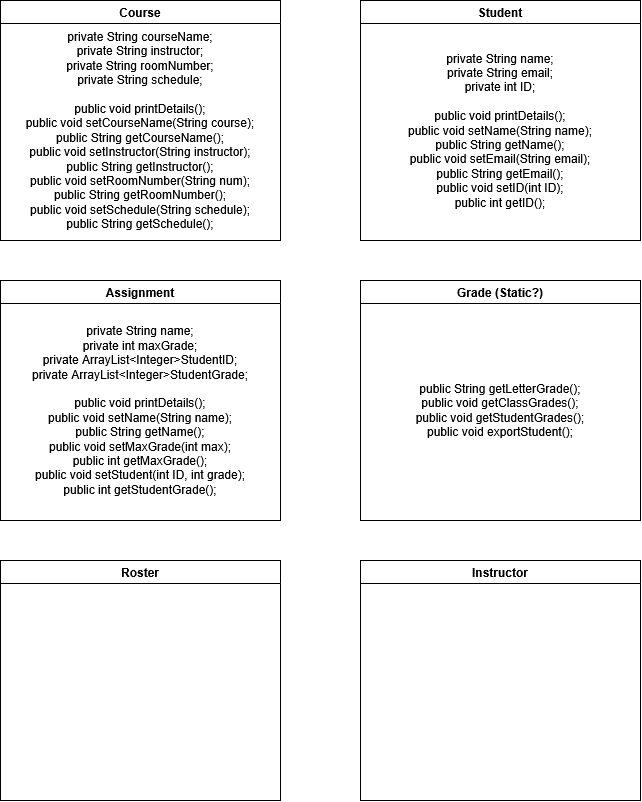
brianrey/PasoEats keeps this draw.io diagram as CourseManagementSystem-ConHW.drawio.png. Above is the earlier version. Source tidied: cells renumbered, new cells last; positions are measured from the earlier drawing's top-left corner, leaving out a move shared by most shapes.
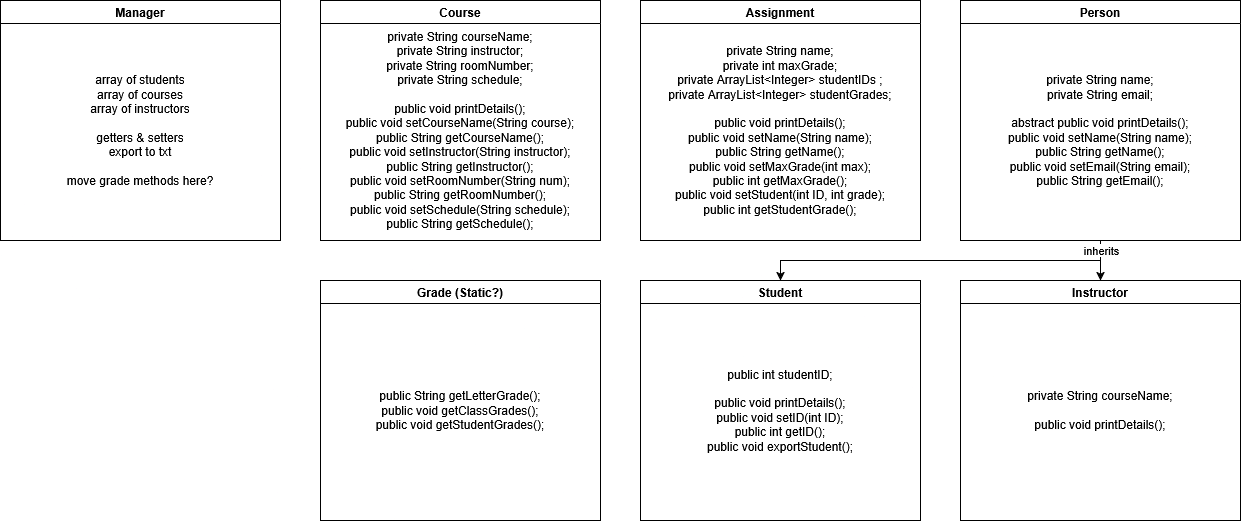
After the commit.

What changed in the source:
```diff
@@ -3,34 +3,55 @@
     <mxCell id="0" />
     <mxCell id="1" parent="0" />
     <mxCell id="2" value="&lt;div&gt;Course&lt;/div&gt;" style="swimlane;whiteSpace=wrap;html=1;" parent="1" vertex="1">
-      <mxGeometry width="280" height="240" as="geometry" />
+      <mxGeometry x="160" y="40" width="280" height="240" as="geometry" />
     </mxCell>
     <mxCell id="3" value="&lt;div&gt;private String courseName;&lt;/div&gt;&lt;div&gt;private String instructor;&lt;/div&gt;&lt;div&gt;private String roomNumber;&lt;/div&gt;&lt;div&gt;private String schedule;&lt;/div&gt;&lt;div&gt;&lt;br&gt;&lt;/div&gt;&lt;div&gt;public void printDetails();&lt;/div&gt;&lt;div&gt;public void setCourseName(String course);&lt;/div&gt;&lt;div&gt;public String getCourseName();&lt;/div&gt;&lt;div&gt;public void setInstructor(String instructor);&lt;/div&gt;&lt;div&gt;public String getInstructor();&lt;/div&gt;&lt;div&gt;public void setRoomNumber(String num);&lt;/div&gt;&lt;div&gt;public String getRoomNumber();&lt;/div&gt;&lt;div&gt;public void setSchedule(String schedule);&lt;/div&gt;&lt;div&gt;public String getSchedule();&lt;/div&gt;" style="text;html=1;align=center;verticalAlign=middle;whiteSpace=wrap;rounded=0;" parent="2" vertex="1">
       <mxGeometry y="20" width="280" height="220" as="geometry" />
     </mxCell>
     <mxCell id="4" value="Student" style="swimlane;whiteSpace=wrap;html=1;" parent="1" vertex="1">
-      <mxGeometry x="360" width="280" height="240" as="geometry" />
+      <mxGeometry x="480" y="320" width="280" height="240" as="geometry" />
     </mxCell>
-    <mxCell id="5" value="&lt;div&gt;private String name;&lt;/div&gt;&lt;div&gt;private String email;&lt;/div&gt;&lt;div&gt;private int ID;&lt;/div&gt;&lt;div&gt;&lt;br&gt;&lt;/div&gt;&lt;div&gt;&lt;div&gt;public void printDetails();&lt;/div&gt;&lt;/div&gt;&lt;div&gt;public void setName(String name);&lt;/div&gt;&lt;div&gt;public String getName();&lt;/div&gt;&lt;div&gt;public void setEmail(String email);&lt;/div&gt;&lt;div&gt;public String getEmail();&lt;/div&gt;&lt;div&gt;public void setID(int ID);&lt;/div&gt;&lt;div&gt;public int getID();&lt;/div&gt;" style="text;html=1;align=center;verticalAlign=middle;whiteSpace=wrap;rounded=0;" parent="4" vertex="1">
+    <mxCell id="5" value="&lt;div&gt;&lt;div&gt;public int studentID;&lt;/div&gt;&lt;div&gt;&lt;br&gt;&lt;/div&gt;&lt;div&gt;public void printDetails();&lt;/div&gt;&lt;/div&gt;&lt;div&gt;public void setID(int ID);&lt;/div&gt;&lt;div&gt;public int getID();&lt;/div&gt;&lt;div&gt;&lt;div&gt;public void exportStudent();&lt;/div&gt;&lt;/div&gt;" style="text;html=1;align=center;verticalAlign=middle;whiteSpace=wrap;rounded=0;" parent="4" vertex="1">
       <mxGeometry y="20" width="280" height="220" as="geometry" />
     </mxCell>
     <mxCell id="6" value="Assignment" style="swimlane;whiteSpace=wrap;html=1;" parent="1" vertex="1">
-      <mxGeometry y="280" width="280" height="240" as="geometry" />
+      <mxGeometry x="480" y="40" width="280" height="240" as="geometry" />
     </mxCell>
-    <mxCell id="7" value="&lt;div&gt;private String name;&lt;/div&gt;&lt;div&gt;private int maxGrade;&lt;/div&gt;&lt;div&gt;private ArrayList&amp;lt;Integer&amp;gt;StudentID;&lt;/div&gt;&lt;div&gt;private ArrayList&amp;lt;Integer&amp;gt;StudentGrade;&lt;/div&gt;&lt;div&gt;&lt;br&gt;&lt;/div&gt;&lt;div&gt;&lt;div&gt;public void printDetails();&lt;/div&gt;&lt;div&gt;public void setName(String name);&lt;/div&gt;&lt;div&gt;public String getName();&lt;/div&gt;&lt;div&gt;public void setMaxGrade(int max);&lt;/div&gt;&lt;div&gt;public int getMaxGrade();&lt;/div&gt;&lt;div&gt;public void setStudent(int ID, int grade);&lt;/div&gt;&lt;div&gt;public int getStudentGrade();&lt;/div&gt;&lt;/div&gt;" style="text;html=1;align=center;verticalAlign=middle;whiteSpace=wrap;rounded=0;" parent="6" vertex="1">
+    <mxCell id="7" value="&lt;div&gt;private String name;&lt;/div&gt;&lt;div&gt;private int maxGrade;&lt;/div&gt;&lt;div&gt;private ArrayList&amp;lt;Integer&amp;gt; studentIDs ;&lt;/div&gt;&lt;div&gt;private ArrayList&amp;lt;Integer&amp;gt; studentGrades;&lt;/div&gt;&lt;div&gt;&lt;br&gt;&lt;/div&gt;&lt;div&gt;&lt;div&gt;public void printDetails();&lt;/div&gt;&lt;div&gt;public void setName(String name);&lt;/div&gt;&lt;div&gt;public String getName();&lt;/div&gt;&lt;div&gt;public void setMaxGrade(int max);&lt;/div&gt;&lt;div&gt;public int getMaxGrade();&lt;/div&gt;&lt;div&gt;public void setStudent(int ID, int grade);&lt;/div&gt;&lt;div&gt;public int getStudentGrade();&lt;/div&gt;&lt;/div&gt;" style="text;html=1;align=center;verticalAlign=middle;whiteSpace=wrap;rounded=0;" parent="6" vertex="1">
       <mxGeometry y="20" width="280" height="220" as="geometry" />
     </mxCell>
     <mxCell id="8" value="Grade (Static?)" style="swimlane;whiteSpace=wrap;html=1;" parent="1" vertex="1">
-      <mxGeometry x="360" y="280" width="280" height="240" as="geometry" />
+      <mxGeometry x="160" y="320" width="280" height="240" as="geometry" />
     </mxCell>
-    <mxCell id="9" value="&lt;div&gt;&lt;div&gt;public String getLetterGrade();&lt;/div&gt;&lt;div&gt;public void getClassGrades();&lt;/div&gt;&lt;div&gt;&lt;div&gt;public void getStudentGrades();&lt;/div&gt;&lt;div&gt;public void exportStudent();&lt;/div&gt;&lt;/div&gt;&lt;/div&gt;" style="text;html=1;align=center;verticalAlign=middle;whiteSpace=wrap;rounded=0;" parent="8" vertex="1">
+    <mxCell id="9" value="&lt;div&gt;&lt;div&gt;public String getLetterGrade();&lt;/div&gt;&lt;div&gt;public void getClassGrades();&lt;/div&gt;&lt;div&gt;&lt;div&gt;public void getStudentGrades();&lt;/div&gt;&lt;/div&gt;&lt;/div&gt;" style="text;html=1;align=center;verticalAlign=middle;whiteSpace=wrap;rounded=0;" parent="8" vertex="1">
       <mxGeometry y="20" width="280" height="220" as="geometry" />
     </mxCell>
-    <mxCell id="10" value="Roster" style="swimlane;whiteSpace=wrap;html=1;" parent="1" vertex="1">
-      <mxGeometry y="560" width="280" height="240" as="geometry" />
-    </mxCell>
     <mxCell id="11" value="Instructor" style="swimlane;whiteSpace=wrap;html=1;" parent="1" vertex="1">
-      <mxGeometry x="360" y="560" width="280" height="240" as="geometry" />
+      <mxGeometry x="800" y="320" width="280" height="240" as="geometry" />
     </mxCell>
+    <mxCell id="12" value="&lt;div&gt;&lt;div&gt;private String courseName;&lt;/div&gt;&lt;div&gt;&lt;br&gt;&lt;/div&gt;&lt;div&gt;public void printDetails();&lt;/div&gt;&lt;/div&gt;" style="text;html=1;align=center;verticalAlign=middle;whiteSpace=wrap;rounded=0;" parent="11" vertex="1">
+      <mxGeometry y="20" width="280" height="220" as="geometry" />
+    </mxCell>
+    <mxCell id="13" style="edgeStyle=orthogonalEdgeStyle;rounded=0;jettySize=auto;html=1;exitX=0.5;exitY=1;exitDx=0;exitDy=0;entryX=0.5;entryY=0;entryDx=0;entryDy=0;" parent="1" edge="1" source="14" target="4">
+      <mxGeometry relative="1" as="geometry" />
+    </mxCell>
+    <mxCell id="14" value="Person" style="swimlane;whiteSpace=wrap;html=1;" parent="1" vertex="1">
+      <mxGeometry x="800" y="40" width="280" height="240" as="geometry" />
+    </mxCell>
+    <mxCell id="15" value="&lt;div&gt;private String name;&lt;/div&gt;&lt;div&gt;private String email;&lt;/div&gt;&lt;div&gt;&lt;br&gt;&lt;/div&gt;&lt;div&gt;&lt;div&gt;abstract public void printDetails();&lt;/div&gt;&lt;/div&gt;&lt;div&gt;public void setName(String name);&lt;/div&gt;&lt;div&gt;public String getName();&lt;/div&gt;&lt;div&gt;public void setEmail(String email);&lt;/div&gt;&lt;div&gt;public String getEmail();&lt;/div&gt;" style="text;html=1;align=center;verticalAlign=middle;whiteSpace=wrap;rounded=0;" parent="14" vertex="1">
+      <mxGeometry y="20" width="280" height="220" as="geometry" />
+    </mxCell>
+    <mxCell id="16" style="edgeStyle=orthogonalEdgeStyle;rounded=0;jettySize=auto;html=1;exitX=0.5;exitY=1;exitDx=0;exitDy=0;entryX=0.5;entryY=0;entryDx=0;entryDy=0;" parent="1" edge="1" source="15" target="11">
+      <mxGeometry relative="1" as="geometry" />
+    </mxCell>
+    <mxCell id="17" value="inherits" style="edgeLabel;html=1;align=center;verticalAlign=middle;" parent="16" vertex="1">
+      <mxGeometry x="-0.55" relative="1" as="geometry" />
+    </mxCell>
+    <mxCell id="18" value="Manager" style="swimlane;whiteSpace=wrap;html=1;" parent="1" vertex="1">
+      <mxGeometry x="-160" y="40" width="280" height="240" as="geometry" />
+    </mxCell>
+    <mxCell id="19" value="&lt;div&gt;array of students&lt;/div&gt;&lt;div&gt;array of courses&lt;/div&gt;&lt;div&gt;array of instructors&lt;/div&gt;&lt;div&gt;&lt;br&gt;&lt;/div&gt;&lt;div&gt;getters &amp;amp; setters&lt;/div&gt;&lt;div&gt;export to txt&lt;/div&gt;&lt;div&gt;&lt;br&gt;&lt;/div&gt;&lt;div&gt;move grade methods here?&lt;/div&gt;" style="text;html=1;align=center;verticalAlign=middle;whiteSpace=wrap;rounded=0;" parent="18" vertex="1">
+      <mxGeometry y="20" width="280" height="220" as="geometry" />
+    </mxCell>
   </root>
 </mxGraphModel>
```
